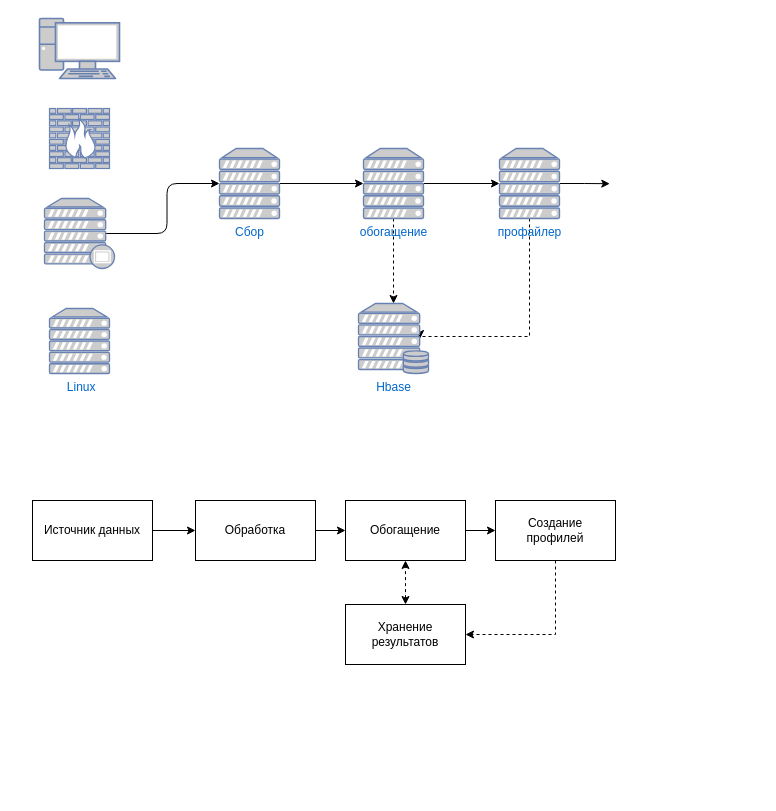
zydyka/sigma keeps this draw.io diagram as page "Page-1" (1 of 3) of contrib/Untitled Diagram.drawio. Above is the earlier version. Source tidied: cells renumbered, new cells numbered last; positions are measured from the earlier drawing's top-left corner, leaving out a move shared by most shapes. Both pictures are drawn from the tidied source at 100%, with x=0, y=0 at pixel (32, 18).
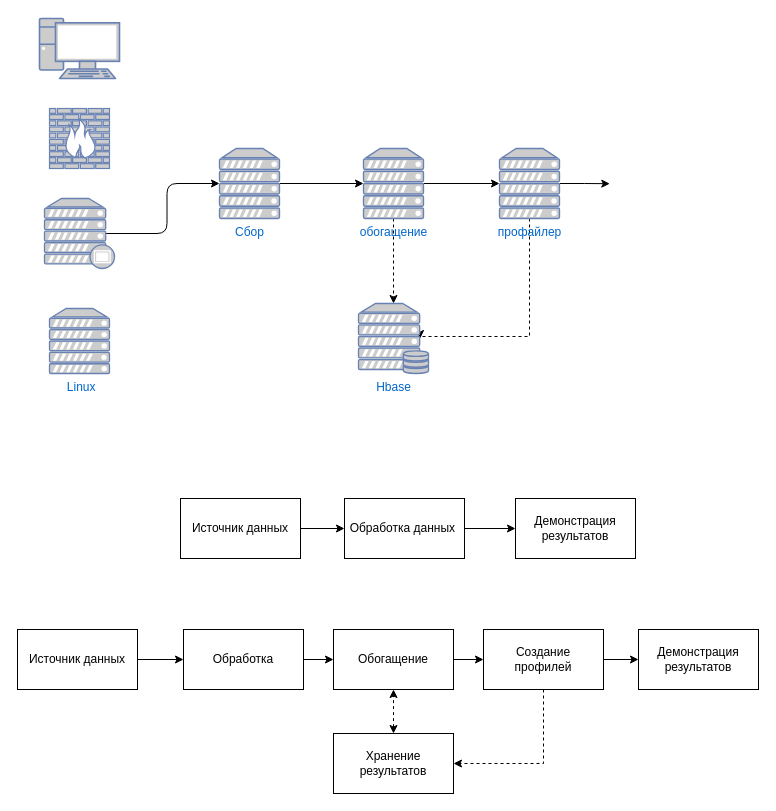
After the change.

What changed in the source:
```diff
@@
-    <mxCell id="16" style="edgeStyle=orthogonalEdgeStyle;rounded=0;comic=0;sketch=0;jettySize=auto;html=1;shadow=0;" parent="1" edge="1" source="17" target="19">
+    <mxCell id="16" style="edgeStyle=orthogonalEdgeStyle;rounded=0;comic=0;sketch=0;jettySize=auto;html=1;shadow=0;entryX=0;entryY=0.5;entryDx=0;entryDy=0;entryPerimeter=0;" parent="1" edge="1" source="17" target="28">
       <mxGeometry relative="1" as="geometry" />
     </mxCell>
     <mxCell id="17" value="Источник данных" style="rounded=0;whiteSpace=wrap;html=1;shadow=0;strokeColor=#000000;" parent="1" vertex="1">
-      <mxGeometry y="482" width="120" height="60" as="geometry" />
+      <mxGeometry x="148" y="480" width="120" height="60" as="geometry" />
     </mxCell>
@@
     <mxCell id="19" value="Обработка" style="rounded=0;whiteSpace=wrap;html=1;shadow=0;strokeColor=#000000;" parent="1" vertex="1">
-      <mxGeometry x="163" y="482" width="120" height="60" as="geometry" />
+      <mxGeometry x="151" y="611" width="120" height="60" as="geometry" />
     </mxCell>
@@
     <mxCell id="21" value="Обогащение" style="rounded=0;whiteSpace=wrap;html=1;shadow=0;strokeColor=#000000;" parent="1" vertex="1">
-      <mxGeometry x="313" y="482" width="120" height="60" as="geometry" />
+      <mxGeometry x="301" y="611" width="120" height="60" as="geometry" />
     </mxCell>
@@
+    <mxCell id="26" style="edgeStyle=orthogonalEdgeStyle;rounded=0;comic=0;sketch=0;jumpStyle=none;jettySize=auto;html=1;exitX=1;exitY=0.5;exitDx=0;exitDy=0;entryX=0;entryY=0.5;entryDx=0;entryDy=0;shadow=0;startArrow=none;startFill=0;" parent="1" edge="1" source="23" target="32">
+      <mxGeometry relative="1" as="geometry" />
+    </mxCell>
     <mxCell id="23" value="Создание&lt;br&gt;профилей" style="rounded=0;whiteSpace=wrap;html=1;shadow=0;strokeColor=#000000;" parent="1" vertex="1">
-      <mxGeometry x="463" y="482" width="120" height="60" as="geometry" />
+      <mxGeometry x="451" y="611" width="120" height="60" as="geometry" />
     </mxCell>
@@
     <mxCell id="25" value="Хранение результатов" style="rounded=0;whiteSpace=wrap;html=1;shadow=0;strokeColor=#000000;" parent="1" vertex="1">
-      <mxGeometry x="313" y="586" width="120" height="60" as="geometry" />
+      <mxGeometry x="301" y="715" width="120" height="60" as="geometry" />
     </mxCell>
+    <mxCell id="27" style="edgeStyle=orthogonalEdgeStyle;rounded=0;comic=0;sketch=0;jumpStyle=none;jettySize=auto;html=1;exitX=1;exitY=0.5;exitDx=0;exitDy=0;entryX=0;entryY=0.5;entryDx=0;entryDy=0;shadow=0;startArrow=none;startFill=0;" parent="1" edge="1" source="28" target="29">
+      <mxGeometry relative="1" as="geometry" />
+    </mxCell>
+    <mxCell id="28" value="Обработка данных&amp;nbsp;" style="rounded=0;whiteSpace=wrap;html=1;shadow=0;strokeColor=#000000;" parent="1" vertex="1">
+      <mxGeometry x="312" y="480" width="120" height="60" as="geometry" />
+    </mxCell>
+    <mxCell id="29" value="Демонстрация результатов" style="rounded=0;whiteSpace=wrap;html=1;shadow=0;strokeColor=#000000;" parent="1" vertex="1">
+      <mxGeometry x="483" y="480" width="120" height="60" as="geometry" />
+    </mxCell>
+    <mxCell id="30" style="edgeStyle=orthogonalEdgeStyle;rounded=0;comic=0;sketch=0;jumpStyle=none;jettySize=auto;html=1;exitX=1;exitY=0.5;exitDx=0;exitDy=0;entryX=0;entryY=0.5;entryDx=0;entryDy=0;shadow=0;startArrow=none;startFill=0;" parent="1" edge="1" source="31" target="19">
+      <mxGeometry relative="1" as="geometry" />
+    </mxCell>
+    <mxCell id="31" value="Источник данных" style="rounded=0;whiteSpace=wrap;html=1;shadow=0;strokeColor=#000000;" parent="1" vertex="1">
+      <mxGeometry x="-15" y="611" width="120" height="60" as="geometry" />
+    </mxCell>
+    <mxCell id="32" value="Демонстрация результатов" style="rounded=0;whiteSpace=wrap;html=1;shadow=0;strokeColor=#000000;" parent="1" vertex="1">
+      <mxGeometry x="606" y="611" width="120" height="60" as="geometry" />
+    </mxCell>
```
